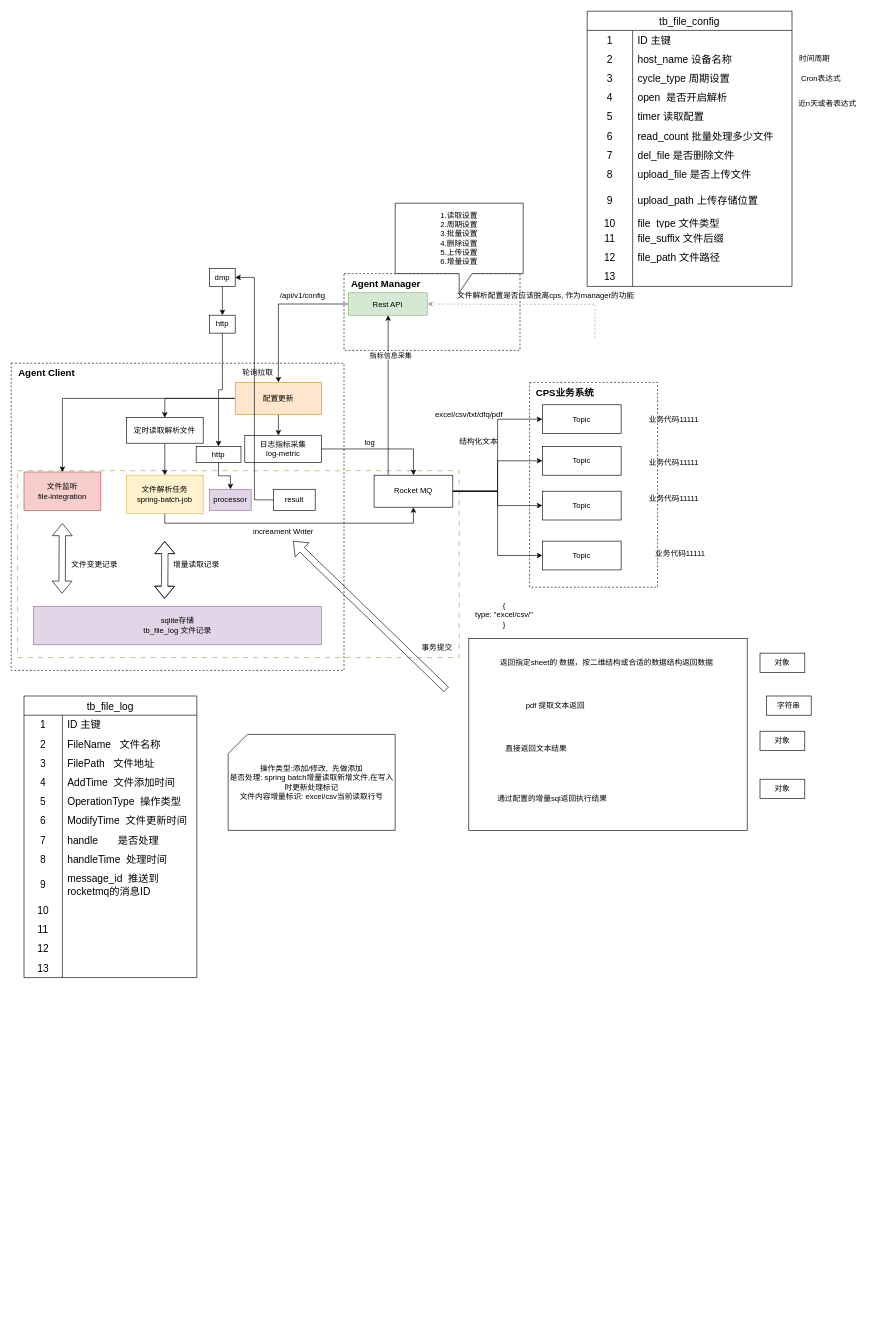
This is 文件解析整体设计.drawio from liangleiA/MyRepository, a draw.io file, before an edit. Source tidied: cells renumbered, new cells numbered last; positions are measured from the earlier drawing's top-left corner, leaving out a move shared by most shapes. Both pictures are drawn from the tidied source at 64%, with x=0, y=0 at pixel (11, 11).
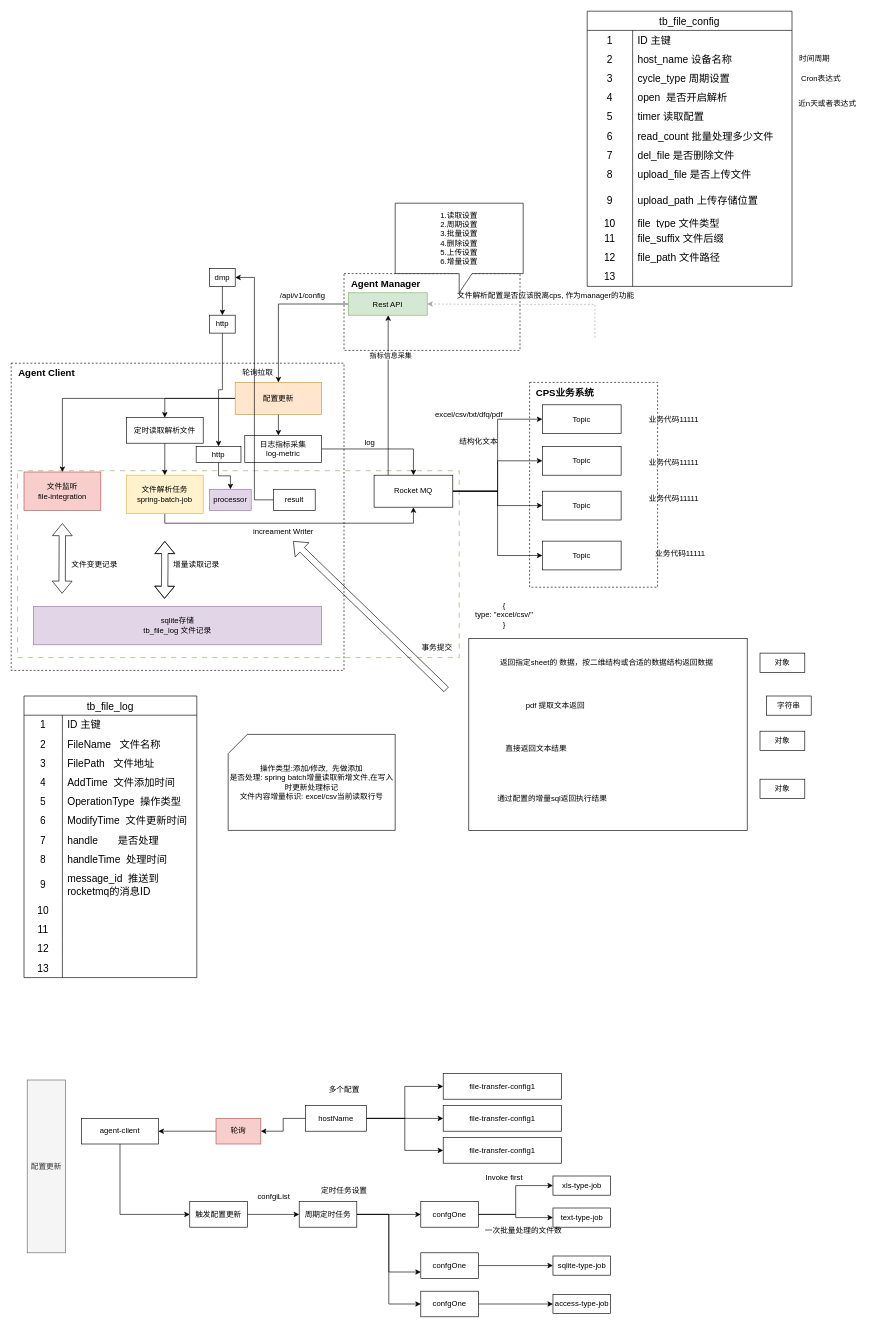
The same page after the edit.

Commit message:
更新文件解析整体设计.drawio

Diff of the diagram source:
```diff
@@
+    <mxCell id="156" style="edgeStyle=orthogonalEdgeStyle;rounded=0;jettySize=auto;html=1;" parent="1" edge="1" source="157" target="171">
+      <mxGeometry relative="1" as="geometry">
+        <Array as="points">
+          <mxPoint x="170" y="1880" />
+        </Array>
+      </mxGeometry>
+    </mxCell>
+    <mxCell id="157" value="agent-client" style="rounded=0;whiteSpace=wrap;html=1;" parent="1" vertex="1">
+      <mxGeometry x="110" y="1730" width="120" height="40" as="geometry" />
+    </mxCell>
+    <mxCell id="158" style="edgeStyle=orthogonalEdgeStyle;rounded=0;jettySize=auto;html=1;entryX=0;entryY=0.5;entryDx=0;entryDy=0;" parent="1" edge="1" source="162" target="164">
+      <mxGeometry relative="1" as="geometry" />
+    </mxCell>
+    <mxCell id="159" style="edgeStyle=orthogonalEdgeStyle;rounded=0;jettySize=auto;html=1;entryX=0;entryY=0.5;entryDx=0;entryDy=0;" parent="1" edge="1" source="162" target="166">
+      <mxGeometry relative="1" as="geometry" />
+    </mxCell>
+    <mxCell id="160" style="edgeStyle=orthogonalEdgeStyle;rounded=0;jettySize=auto;html=1;entryX=0;entryY=0.5;entryDx=0;entryDy=0;" parent="1" edge="1" source="162" target="165">
+      <mxGeometry relative="1" as="geometry" />
+    </mxCell>
+    <mxCell id="161" style="edgeStyle=orthogonalEdgeStyle;rounded=0;jettySize=auto;html=1;entryX=1;entryY=0.5;entryDx=0;entryDy=0;" parent="1" edge="1" source="162" target="169">
+      <mxGeometry relative="1" as="geometry" />
+    </mxCell>
+    <mxCell id="162" value="hostName" style="rounded=0;whiteSpace=wrap;html=1;" parent="1" vertex="1">
+      <mxGeometry x="460" y="1710" width="95" height="40" as="geometry" />
+    </mxCell>
+    <mxCell id="163" value="配置更新" style="rounded=0;whiteSpace=wrap;html=1;fillColor=#f5f5f5;fontColor=#333333;strokeColor=#666666;" parent="1" vertex="1">
+      <mxGeometry x="25" y="1670" width="60" height="270" as="geometry" />
+    </mxCell>
+    <mxCell id="164" value="file-transfer-config1" style="rounded=0;whiteSpace=wrap;html=1;" parent="1" vertex="1">
+      <mxGeometry x="675" y="1660" width="185" height="40" as="geometry" />
+    </mxCell>
+    <mxCell id="165" value="file-transfer-config1" style="rounded=0;whiteSpace=wrap;html=1;" parent="1" vertex="1">
+      <mxGeometry x="675" y="1760" width="185" height="40" as="geometry" />
+    </mxCell>
+    <mxCell id="166" value="file-transfer-config1" style="rounded=0;whiteSpace=wrap;html=1;" parent="1" vertex="1">
+      <mxGeometry x="675" y="1710" width="185" height="40" as="geometry" />
+    </mxCell>
+    <mxCell id="167" value="多个配置" style="text;html=1;align=center;verticalAlign=middle;strokeColor=none;fillColor=none;" parent="1" vertex="1">
+      <mxGeometry x="485" y="1670" width="70" height="30" as="geometry" />
+    </mxCell>
+    <mxCell id="168" style="edgeStyle=orthogonalEdgeStyle;rounded=0;jettySize=auto;html=1;entryX=1;entryY=0.5;entryDx=0;entryDy=0;" parent="1" edge="1" source="169" target="157">
+      <mxGeometry relative="1" as="geometry" />
+    </mxCell>
+    <mxCell id="169" value="轮询" style="rounded=0;whiteSpace=wrap;html=1;fillColor=#f8cecc;strokeColor=#b85450;" parent="1" vertex="1">
+      <mxGeometry x="320" y="1730" width="70" height="40" as="geometry" />
+    </mxCell>
+    <mxCell id="170" style="edgeStyle=orthogonalEdgeStyle;rounded=0;jettySize=auto;html=1;" parent="1" edge="1" source="171" target="175">
+      <mxGeometry relative="1" as="geometry" />
+    </mxCell>
+    <mxCell id="171" value="触发配置更新" style="rounded=0;whiteSpace=wrap;html=1;" parent="1" vertex="1">
+      <mxGeometry x="279" y="1860" width="90" height="40" as="geometry" />
+    </mxCell>
+    <mxCell id="172" style="edgeStyle=orthogonalEdgeStyle;rounded=0;jettySize=auto;html=1;entryX=0;entryY=0.5;entryDx=0;entryDy=0;" parent="1" edge="1" source="175" target="178">
+      <mxGeometry relative="1" as="geometry" />
+    </mxCell>
+    <mxCell id="173" style="edgeStyle=orthogonalEdgeStyle;rounded=0;jettySize=auto;html=1;entryX=0;entryY=0.75;entryDx=0;entryDy=0;" parent="1" edge="1" source="175" target="180">
+      <mxGeometry relative="1" as="geometry" />
+    </mxCell>
+    <mxCell id="174" style="edgeStyle=orthogonalEdgeStyle;rounded=0;jettySize=auto;html=1;entryX=0;entryY=0.5;entryDx=0;entryDy=0;" parent="1" edge="1" source="175" target="182">
+      <mxGeometry relative="1" as="geometry" />
+    </mxCell>
+    <mxCell id="175" value="周期定时任务" style="rounded=0;whiteSpace=wrap;html=1;" parent="1" vertex="1">
+      <mxGeometry x="450" y="1860" width="90" height="40" as="geometry" />
+    </mxCell>
+    <mxCell id="176" style="edgeStyle=orthogonalEdgeStyle;rounded=0;jettySize=auto;html=1;entryX=0;entryY=0.5;entryDx=0;entryDy=0;" parent="1" edge="1" source="178" target="183">
+      <mxGeometry relative="1" as="geometry" />
+    </mxCell>
+    <mxCell id="177" style="edgeStyle=orthogonalEdgeStyle;rounded=0;jettySize=auto;html=1;" parent="1" edge="1" source="178" target="185">
+      <mxGeometry relative="1" as="geometry" />
+    </mxCell>
+    <mxCell id="178" value="confgOne" style="rounded=0;whiteSpace=wrap;html=1;" parent="1" vertex="1">
+      <mxGeometry x="640" y="1860" width="90" height="40" as="geometry" />
+    </mxCell>
+    <mxCell id="179" style="edgeStyle=orthogonalEdgeStyle;rounded=0;jettySize=auto;html=1;" parent="1" edge="1" source="180" target="186">
+      <mxGeometry relative="1" as="geometry" />
+    </mxCell>
+    <mxCell id="180" value="confgOne" style="rounded=0;whiteSpace=wrap;html=1;" parent="1" vertex="1">
+      <mxGeometry x="640" y="1940" width="90" height="40" as="geometry" />
+    </mxCell>
+    <mxCell id="181" style="edgeStyle=orthogonalEdgeStyle;rounded=0;jettySize=auto;html=1;" parent="1" edge="1" source="182" target="187">
+      <mxGeometry relative="1" as="geometry" />
+    </mxCell>
+    <mxCell id="182" value="confgOne" style="rounded=0;whiteSpace=wrap;html=1;" parent="1" vertex="1">
+      <mxGeometry x="640" y="2000" width="90" height="40" as="geometry" />
+    </mxCell>
+    <mxCell id="183" value="xls-type-job" style="rounded=0;whiteSpace=wrap;html=1;" parent="1" vertex="1">
+      <mxGeometry x="846.5" y="1820" width="90" height="30" as="geometry" />
+    </mxCell>
+    <mxCell id="184" value="Invoke first" style="text;html=1;align=center;verticalAlign=middle;strokeColor=none;fillColor=none;" parent="1" vertex="1">
+      <mxGeometry x="730" y="1808" width="80" height="30" as="geometry" />
+    </mxCell>
+    <mxCell id="185" value="text-type-job" style="rounded=0;whiteSpace=wrap;html=1;" parent="1" vertex="1">
+      <mxGeometry x="846.5" y="1870" width="90" height="30" as="geometry" />
+    </mxCell>
+    <mxCell id="186" value="sqlite-type-job" style="rounded=0;whiteSpace=wrap;html=1;" parent="1" vertex="1">
+      <mxGeometry x="846.5" y="1945" width="90" height="30" as="geometry" />
+    </mxCell>
+    <mxCell id="187" value="access-type-job" style="rounded=0;whiteSpace=wrap;html=1;" parent="1" vertex="1">
+      <mxGeometry x="846.5" y="2005" width="90" height="30" as="geometry" />
+    </mxCell>
+    <mxCell id="188" value="一次批量处理的文件数" style="text;html=1;align=center;verticalAlign=middle;strokeColor=none;fillColor=none;" parent="1" vertex="1">
+      <mxGeometry x="730" y="1890" width="140" height="30" as="geometry" />
+    </mxCell>
+    <mxCell id="189" value="confgiList" style="text;html=1;align=center;verticalAlign=middle;strokeColor=none;fillColor=none;" parent="1" vertex="1">
+      <mxGeometry x="375" y="1838" width="70" height="30" as="geometry" />
+    </mxCell>
+    <mxCell id="190" value="定时任务设置" style="text;html=1;align=center;verticalAlign=middle;strokeColor=none;fillColor=none;" parent="1" vertex="1">
+      <mxGeometry x="470" y="1828" width="100" height="30" as="geometry" />
+    </mxCell>
```
